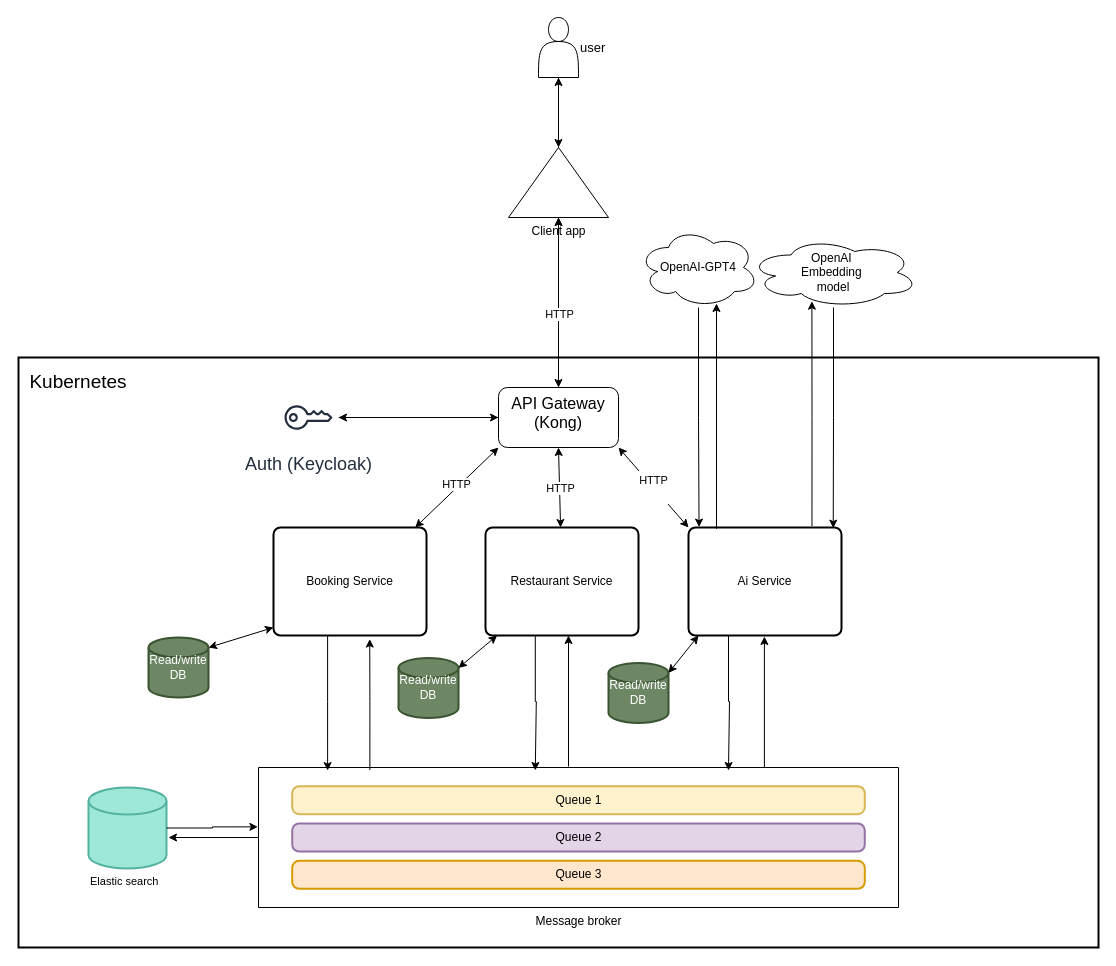
Earlier version of the draw.io diagram docs/design/microservice-arch.drawio (3rd-semester-sd/bachelor-project). Source tidied: cells renumbered, new cells numbered last; positions are measured from the earlier drawing's top-left corner, leaving out a move shared by most shapes. Both pictures are drawn from the tidied source at 100%, with x=0, y=0 at pixel (18, 17).
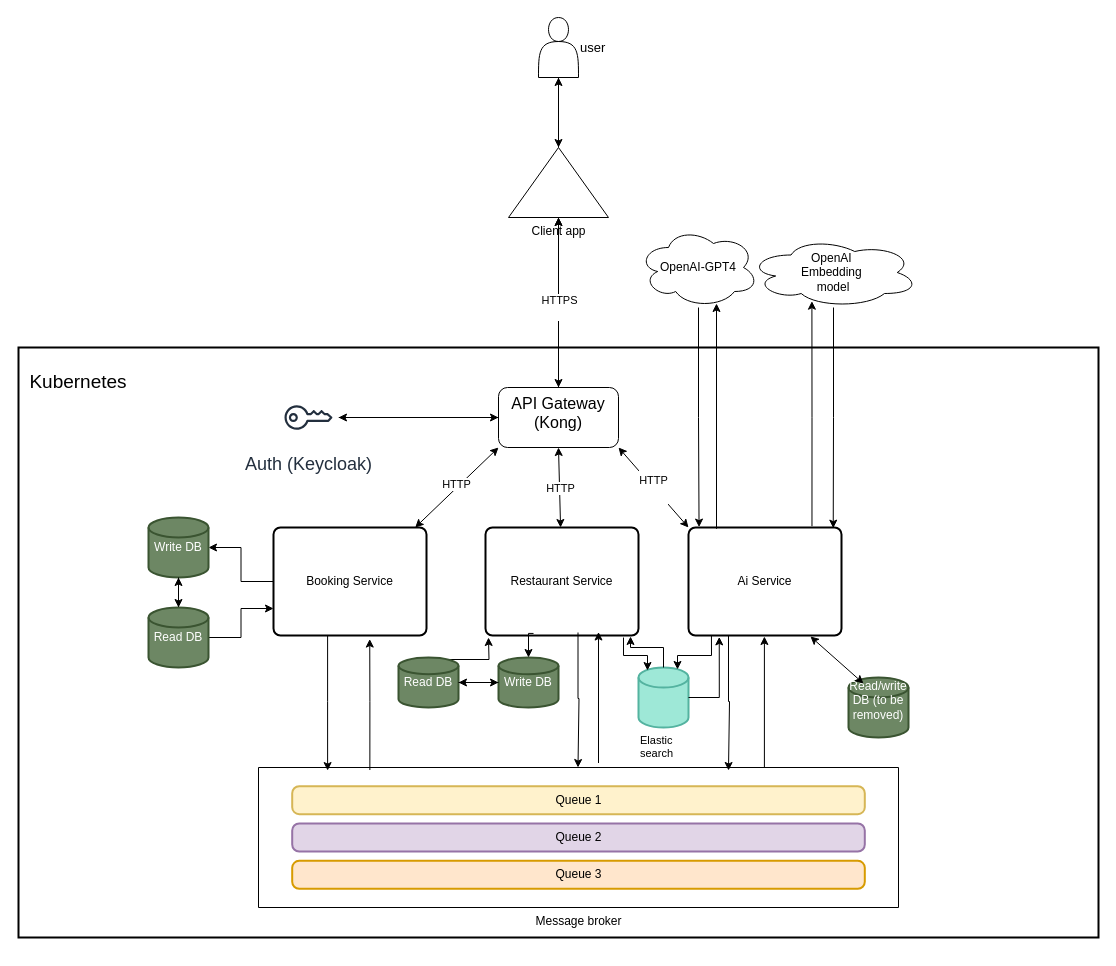
After the change.

The change refers to these unchanged cells:
```xml
<mxCell id="13" value="Booking Service" style="rounded=1;whiteSpace=wrap;html=1;absoluteArcSize=1;arcSize=14;strokeWidth=2;fillColor=none;" parent="1" vertex="1">
  <mxGeometry x="255" y="510" width="153" height="108" as="geometry" />
</mxCell>
<mxCell id="14" value="Restaurant Service" style="rounded=1;whiteSpace=wrap;html=1;absoluteArcSize=1;arcSize=14;strokeWidth=2;fillColor=none;" parent="1" vertex="1">
  <mxGeometry x="467" y="510" width="153" height="108" as="geometry" />
</mxCell>
<mxCell id="15" value="Ai Service" style="rounded=1;whiteSpace=wrap;html=1;absoluteArcSize=1;arcSize=14;strokeWidth=2;fillColor=none;" parent="1" vertex="1">
  <mxGeometry x="670" y="510" width="153" height="108" as="geometry" />
</mxCell>
<mxCell id="24" value="Message broker" style="verticalLabelPosition=bottom;verticalAlign=top;html=1;shape=mxgraph.basic.rect;fillColor2=none;strokeWidth=1;size=20;indent=5;fillColor=none;" parent="23" vertex="1">
  <mxGeometry width="640" height="140" as="geometry" />
</mxCell>
<mxCell id="47" style="edgeStyle=orthogonalEdgeStyle;rounded=0;jettySize=auto;html=1;" parent="1" edge="1" source="2" target="7">
  <mxGeometry relative="1" as="geometry" />
</mxCell>
```

What changed in the source:
```diff
@@
     <mxCell id="2" style="verticalLabelPosition=bottom;verticalAlign=top;html=1;shape=mxgraph.basic.rect;fillColor2=none;strokeWidth=2;size=20;indent=5;fillColor=none;" parent="1" vertex="1">
-      <mxGeometry y="340" width="1080" height="590" as="geometry" />
+      <mxGeometry y="330" width="1080" height="590" as="geometry" />
     </mxCell>
@@
+    <mxCell id="50" style="edgeStyle=orthogonalEdgeStyle;rounded=0;jettySize=auto;html=1;" parent="1" edge="1" source="13" target="56">
+      <mxGeometry relative="1" as="geometry" />
+    </mxCell>
@@
     <mxCell id="16" value="Elastic search" style="strokeWidth=2;html=1;shape=mxgraph.flowchart.database;whiteSpace=wrap;fillColor=#9EE8D7;labelPosition=center;verticalLabelPosition=bottom;align=left;verticalAlign=top;fontSize=11;labelBackgroundColor=default;strokeColor=#54B3A0;" parent="1" vertex="1">
-      <mxGeometry x="70" y="770" width="78" height="81" as="geometry" />
+      <mxGeometry x="620" y="650" width="50" height="60" as="geometry" />
     </mxCell>
@@
     <mxCell id="30" style="edgeStyle=orthogonalEdgeStyle;rounded=0;orthogonalLoop=1;jettySize=auto;html=1;entryX=0.629;entryY=1.033;entryDx=0;entryDy=0;entryPerimeter=0;exitX=0.174;exitY=0.018;exitDx=0;exitDy=0;exitPerimeter=0;" parent="1" edge="1">
       <mxGeometry relative="1" as="geometry">
-        <mxPoint x="550" y="749" as="sourcePoint" />
-        <mxPoint x="550" y="618" as="targetPoint" />
+        <mxPoint x="580" y="745.5" as="sourcePoint" />
+        <mxPoint x="580" y="614.5" as="targetPoint" />
       </mxGeometry>
     </mxCell>
@@
     <mxCell id="33" style="edgeStyle=orthogonalEdgeStyle;rounded=0;orthogonalLoop=1;jettySize=auto;html=1;entryX=0.108;entryY=0.022;entryDx=0;entryDy=0;entryPerimeter=0;" parent="1" edge="1">
       <mxGeometry relative="1" as="geometry">
-        <mxPoint x="516.8" y="618" as="sourcePoint" />
-        <mxPoint x="516.8" y="753" as="targetPoint" />
+        <mxPoint x="559.5" y="615" as="sourcePoint" />
+        <mxPoint x="559.5" y="750" as="targetPoint" />
         <Array as="points">
-          <mxPoint x="517.8" y="684" />
+          <mxPoint x="560.5" y="681" />
         </Array>
       </mxGeometry>
     </mxCell>
+    <mxCell id="51" style="edgeStyle=orthogonalEdgeStyle;rounded=0;jettySize=auto;html=1;" parent="1" edge="1" source="34" target="56">
+      <mxGeometry relative="1" as="geometry" />
+    </mxCell>
+    <mxCell id="52" style="edgeStyle=orthogonalEdgeStyle;rounded=0;jettySize=auto;html=1;entryX=0;entryY=0.75;entryDx=0;entryDy=0;" parent="1" edge="1" source="34" target="13">
+      <mxGeometry relative="1" as="geometry" />
+    </mxCell>
-    <mxCell id="34" value="Read/write DB" style="strokeWidth=2;html=1;shape=mxgraph.flowchart.database;whiteSpace=wrap;fillColor=#6d8764;strokeColor=#3A5431;fontColor=#ffffff;" parent="1" vertex="1">
-      <mxGeometry x="130" y="620" width="60" height="60" as="geometry" />
+    <mxCell id="34" value="Read DB" style="strokeWidth=2;html=1;shape=mxgraph.flowchart.database;whiteSpace=wrap;fillColor=#6d8764;strokeColor=#3A5431;fontColor=#ffffff;" parent="1" vertex="1">
+      <mxGeometry x="130" y="590" width="60" height="60" as="geometry" />
     </mxCell>
-    <mxCell id="35" style="endArrow=classic;startArrow=classic;html=1;rounded=0;exitX=1;exitY=0.167;exitDx=0;exitDy=0;exitPerimeter=0;" parent="1" edge="1" source="34">
-      <mxGeometry relative="1" as="geometry">
-        <mxPoint x="255" y="610" as="targetPoint" />
-      </mxGeometry>
-    </mxCell>
-    <mxCell id="36" value="Read/write DB" style="strokeWidth=2;html=1;shape=mxgraph.flowchart.database;whiteSpace=wrap;fillColor=#6d8764;strokeColor=#3A5431;fontColor=#ffffff;" parent="1" vertex="1">
-      <mxGeometry x="380" y="640.4" width="60" height="60" as="geometry" />
-    </mxCell>
-    <mxCell id="37" style="endArrow=classic;startArrow=classic;html=1;rounded=0;exitX=1;exitY=0.167;exitDx=0;exitDy=0;exitPerimeter=0;entryX=0.076;entryY=1.003;entryDx=0;entryDy=0;entryPerimeter=0;" parent="1" edge="1" source="36">
-      <mxGeometry relative="1" as="geometry">
-        <mxPoint x="478.6" y="618" as="targetPoint" />
-      </mxGeometry>
-    </mxCell>
-    <mxCell id="38" value="Read/write DB" style="strokeWidth=2;html=1;shape=mxgraph.flowchart.database;whiteSpace=wrap;fillColor=#6d8764;strokeColor=#3A5431;fontColor=#ffffff;" parent="1" vertex="1">
-      <mxGeometry x="590" y="645.4" width="60" height="60" as="geometry" />
+    <mxCell id="38" value="Read/write DB (to be removed)&lt;div&gt;&lt;br&gt;&lt;/div&gt;" style="strokeWidth=2;html=1;shape=mxgraph.flowchart.database;whiteSpace=wrap;fillColor=#6d8764;strokeColor=#3A5431;fontColor=#ffffff;" parent="1" vertex="1">
+      <mxGeometry x="830" y="660" width="60" height="60" as="geometry" />
     </mxCell>
-    <mxCell id="39" style="endArrow=classic;startArrow=classic;html=1;rounded=0;exitX=1;exitY=0.167;exitDx=0;exitDy=0;exitPerimeter=0;entryX=0;entryY=1;entryDx=0;entryDy=0;" parent="1" edge="1" source="38">
-      <mxGeometry relative="1" as="geometry">
-        <mxPoint x="680" y="618" as="targetPoint" />
-      </mxGeometry>
+    <mxCell id="39" style="endArrow=classic;startArrow=classic;html=1;rounded=0;exitX=0.25;exitY=0.1;exitDx=0;exitDy=0;exitPerimeter=0;entryX=0.797;entryY=1.009;entryDx=0;entryDy=0;entryPerimeter=0;" parent="1" edge="1" source="38" target="15">
+      <mxGeometry relative="1" as="geometry" />
     </mxCell>
@@
-    <mxCell id="44" style="edgeStyle=orthogonalEdgeStyle;rounded=0;jettySize=auto;html=1;entryX=-0.001;entryY=0.424;entryDx=0;entryDy=0;entryPerimeter=0;" parent="1" edge="1" source="16" target="24">
-      <mxGeometry relative="1" as="geometry" />
-    </mxCell>
-    <mxCell id="45" style="edgeStyle=orthogonalEdgeStyle;rounded=0;jettySize=auto;html=1;" parent="1" edge="1" source="24">
-      <mxGeometry relative="1" as="geometry">
-        <mxPoint x="150" y="820" as="targetPoint" />
-      </mxGeometry>
-    </mxCell>
@@
-    <mxCell id="48" value="HTTP" style="edgeLabel;html=1;align=center;verticalAlign=middle;" parent="47" vertex="1">
+    <mxCell id="48" value="HTTPS&lt;div&gt;&lt;br&gt;&lt;/div&gt;" style="edgeLabel;html=1;align=center;verticalAlign=middle;" parent="47" vertex="1">
       <mxGeometry x="-0.37" relative="1" as="geometry" />
     </mxCell>
@@
+    <mxCell id="53" style="edgeStyle=orthogonalEdgeStyle;rounded=0;jettySize=auto;html=1;entryX=0.78;entryY=0.033;entryDx=0;entryDy=0;entryPerimeter=0;exitX=0.15;exitY=1;exitDx=0;exitDy=0;exitPerimeter=0;" parent="1" edge="1" source="15" target="16">
+      <mxGeometry relative="1" as="geometry" />
+    </mxCell>
+    <mxCell id="54" style="edgeStyle=orthogonalEdgeStyle;rounded=0;jettySize=auto;html=1;entryX=0.18;entryY=0.05;entryDx=0;entryDy=0;entryPerimeter=0;exitX=0.902;exitY=1.019;exitDx=0;exitDy=0;exitPerimeter=0;" parent="1" edge="1" source="14" target="16">
+      <mxGeometry relative="1" as="geometry" />
+    </mxCell>
+    <mxCell id="55" style="edgeStyle=orthogonalEdgeStyle;rounded=0;jettySize=auto;html=1;entryX=0.948;entryY=1.009;entryDx=0;entryDy=0;entryPerimeter=0;" parent="1" edge="1" source="16" target="14">
+      <mxGeometry relative="1" as="geometry" />
+    </mxCell>
+    <mxCell id="56" value="Write DB" style="strokeWidth=2;html=1;shape=mxgraph.flowchart.database;whiteSpace=wrap;fillColor=#6d8764;strokeColor=#3A5431;fontColor=#ffffff;" parent="1" vertex="1">
+      <mxGeometry x="130" y="500" width="60" height="60" as="geometry" />
+    </mxCell>
+    <mxCell id="57" style="edgeStyle=orthogonalEdgeStyle;rounded=0;jettySize=auto;html=1;entryX=0.5;entryY=0;entryDx=0;entryDy=0;entryPerimeter=0;" parent="1" edge="1" source="56" target="34">
+      <mxGeometry relative="1" as="geometry" />
+    </mxCell>
+    <mxCell id="58" style="edgeStyle=orthogonalEdgeStyle;rounded=0;jettySize=auto;html=1;exitX=0.733;exitY=0.04;exitDx=0;exitDy=0;exitPerimeter=0;" parent="1" edge="1" source="59">
+      <mxGeometry relative="1" as="geometry">
+        <mxPoint x="470" y="620" as="targetPoint" />
+      </mxGeometry>
+    </mxCell>
+    <mxCell id="59" value="Read DB" style="strokeWidth=2;html=1;shape=mxgraph.flowchart.database;whiteSpace=wrap;fillColor=#6d8764;strokeColor=#3A5431;fontColor=#ffffff;" parent="1" vertex="1">
+      <mxGeometry x="380" y="640" width="60" height="50" as="geometry" />
+    </mxCell>
+    <mxCell id="60" value="Write DB" style="strokeWidth=2;html=1;shape=mxgraph.flowchart.database;whiteSpace=wrap;fillColor=#6d8764;strokeColor=#3A5431;fontColor=#ffffff;" parent="1" vertex="1">
+      <mxGeometry x="480" y="640" width="60" height="50" as="geometry" />
+    </mxCell>
+    <mxCell id="61" style="edgeStyle=orthogonalEdgeStyle;rounded=0;jettySize=auto;html=1;entryX=1;entryY=0.5;entryDx=0;entryDy=0;entryPerimeter=0;" parent="1" edge="1" source="60" target="59">
+      <mxGeometry relative="1" as="geometry" />
+    </mxCell>
+    <mxCell id="62" style="edgeStyle=orthogonalEdgeStyle;rounded=0;jettySize=auto;html=1;entryX=0;entryY=0.5;entryDx=0;entryDy=0;entryPerimeter=0;" parent="1" edge="1" source="59" target="60">
+      <mxGeometry relative="1" as="geometry" />
+    </mxCell>
+    <mxCell id="63" style="edgeStyle=orthogonalEdgeStyle;rounded=0;jettySize=auto;html=1;entryX=0.5;entryY=0;entryDx=0;entryDy=0;entryPerimeter=0;exitX=0.314;exitY=0.981;exitDx=0;exitDy=0;exitPerimeter=0;" parent="1" edge="1" source="14" target="60">
+      <mxGeometry relative="1" as="geometry" />
+    </mxCell>
+    <mxCell id="64" style="edgeStyle=orthogonalEdgeStyle;rounded=0;jettySize=auto;html=1;entryX=0.201;entryY=1.013;entryDx=0;entryDy=0;entryPerimeter=0;exitX=1;exitY=0.5;exitDx=0;exitDy=0;exitPerimeter=0;" parent="1" edge="1" source="16" target="15">
+      <mxGeometry relative="1" as="geometry" />
+    </mxCell>
```
